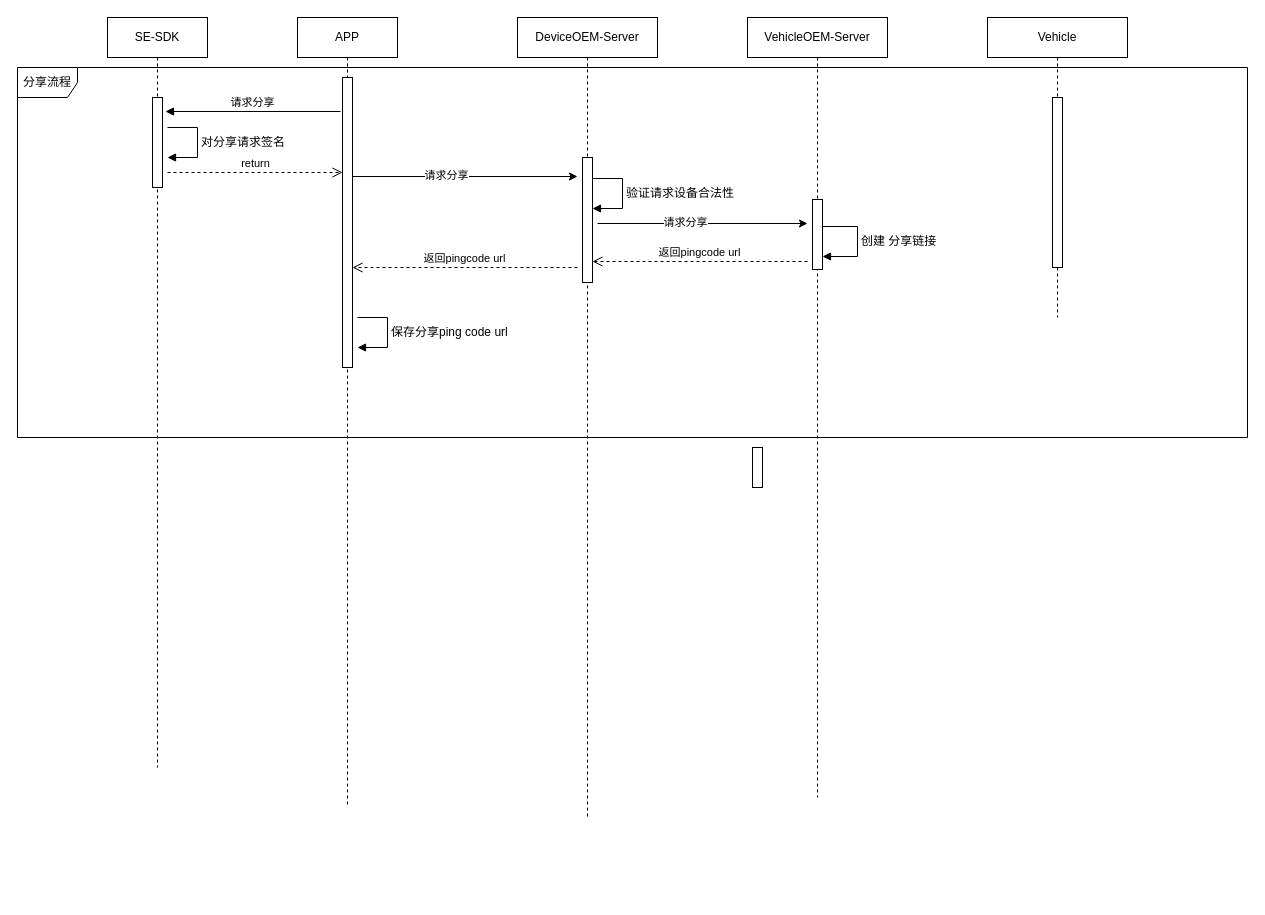
jianguocong/chart keeps this draw.io diagram as 分享钥匙.drawio. Above is the earlier version. Source tidied: cells renumbered, new cells numbered last; positions are measured from the earlier drawing's top-left corner, leaving out a move shared by most shapes. Both pictures are drawn from the tidied source at 100%, with x=0, y=0 at pixel (17, 17).
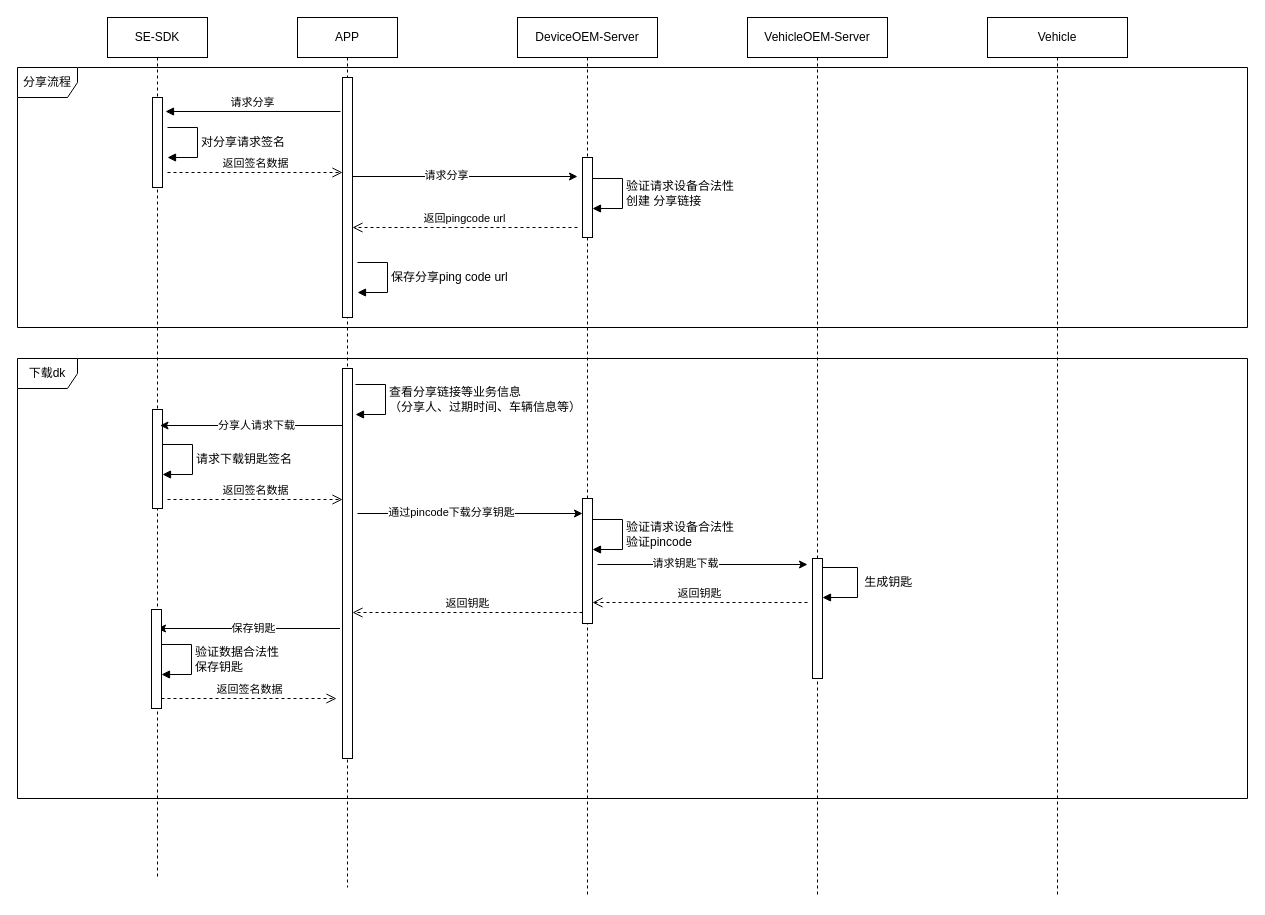
After the change.

Commit message (it also covers changes not shown here):
更新分享钥匙.drawio

Diff of the diagram source:
```diff
@@
     <mxCell id="2" value="SE-SDK" style="shape=umlLifeline;perimeter=lifelinePerimeter;whiteSpace=wrap;html=1;newEdgeStyle={&quot;edgeStyle&quot;:&quot;elbowEdgeStyle&quot;,&quot;elbow&quot;:&quot;vertical&quot;,&quot;curved&quot;:0,&quot;rounded&quot;:0};" parent="1" vertex="1">
-      <mxGeometry x="90" width="100" height="750" as="geometry" />
+      <mxGeometry x="90" width="100" height="860" as="geometry" />
     </mxCell>
@@
+    <mxCell id="26" style="html=1;perimeter=orthogonalPerimeter;targetShapes=umlLifeline;newEdgeStyle={&quot;edgeStyle&quot;:&quot;elbowEdgeStyle&quot;,&quot;elbow&quot;:&quot;vertical&quot;,&quot;curved&quot;:0,&quot;rounded&quot;:0};" parent="2" vertex="1">
+      <mxGeometry x="45" y="392" width="10" height="99" as="geometry" />
+    </mxCell>
     <mxCell id="4" value="APP" style="shape=umlLifeline;perimeter=lifelinePerimeter;whiteSpace=wrap;html=1;newEdgeStyle={&quot;edgeStyle&quot;:&quot;elbowEdgeStyle&quot;,&quot;elbow&quot;:&quot;vertical&quot;,&quot;curved&quot;:0,&quot;rounded&quot;:0};" parent="1" vertex="1">
-      <mxGeometry x="280" width="100" height="790" as="geometry" />
+      <mxGeometry x="280" width="100" height="870" as="geometry" />
     </mxCell>
     <mxCell id="5" style="html=1;perimeter=orthogonalPerimeter;targetShapes=umlLifeline;newEdgeStyle={&quot;edgeStyle&quot;:&quot;elbowEdgeStyle&quot;,&quot;elbow&quot;:&quot;vertical&quot;,&quot;curved&quot;:0,&quot;rounded&quot;:0};" parent="4" vertex="1">
-      <mxGeometry x="45" y="60" width="10" height="290" as="geometry" />
+      <mxGeometry x="45" y="60" width="10" height="240" as="geometry" />
     </mxCell>
+    <mxCell id="27" style="html=1;points=[];perimeter=orthogonalPerimeter;outlineConnect=0;targetShapes=umlLifeline;portConstraint=eastwest;newEdgeStyle={&quot;edgeStyle&quot;:&quot;elbowEdgeStyle&quot;,&quot;elbow&quot;:&quot;vertical&quot;,&quot;curved&quot;:0,&quot;rounded&quot;:0};" parent="4" vertex="1">
+      <mxGeometry x="45" y="351" width="10" height="390" as="geometry" />
+    </mxCell>
@@
     <mxCell id="7" value="返回pingcode url" style="html=1;verticalAlign=bottom;endArrow=open;dashed=1;endSize=8;edgeStyle=elbowEdgeStyle;elbow=vertical;curved=0;rounded=0;" parent="1" edge="1">
       <mxGeometry relative="1" as="geometry">
-        <mxPoint x="560" y="250" as="sourcePoint" />
-        <mxPoint x="335" y="250" as="targetPoint" />
+        <mxPoint x="560" y="210" as="sourcePoint" />
+        <mxPoint x="335" y="210" as="targetPoint" />
       </mxGeometry>
     </mxCell>
-    <mxCell id="8" value="return" style="html=1;verticalAlign=bottom;endArrow=open;dashed=1;endSize=8;edgeStyle=elbowEdgeStyle;elbow=horizontal;curved=0;rounded=0;" parent="1" edge="1">
+    <mxCell id="8" value="返回签名数据" style="html=1;verticalAlign=bottom;endArrow=open;dashed=1;endSize=8;edgeStyle=elbowEdgeStyle;elbow=vertical;curved=0;rounded=0;" parent="1" edge="1">
       <mxGeometry relative="1" as="geometry">
         <mxPoint x="150" y="155" as="sourcePoint" />
         <mxPoint x="325" y="155" as="targetPoint" />
         <Array as="points">
           <mxPoint x="240" y="155" />
         </Array>
       </mxGeometry>
     </mxCell>
     <mxCell id="9" value="DeviceOEM-Server" style="shape=umlLifeline;perimeter=lifelinePerimeter;whiteSpace=wrap;html=1;newEdgeStyle={&quot;edgeStyle&quot;:&quot;elbowEdgeStyle&quot;,&quot;elbow&quot;:&quot;vertical&quot;,&quot;curved&quot;:0,&quot;rounded&quot;:0};" parent="1" vertex="1">
-      <mxGeometry x="500" width="140" height="800" as="geometry" />
+      <mxGeometry x="500" width="140" height="880" as="geometry" />
     </mxCell>
     <mxCell id="10" style="html=1;points=[];perimeter=orthogonalPerimeter;outlineConnect=0;targetShapes=umlLifeline;portConstraint=eastwest;newEdgeStyle={&quot;edgeStyle&quot;:&quot;elbowEdgeStyle&quot;,&quot;elbow&quot;:&quot;vertical&quot;,&quot;curved&quot;:0,&quot;rounded&quot;:0};" parent="9" vertex="1">
-      <mxGeometry x="65" y="140" width="10" height="125" as="geometry" />
+      <mxGeometry x="65" y="140" width="10" height="80" as="geometry" />
     </mxCell>
+    <mxCell id="28" style="html=1;points=[];perimeter=orthogonalPerimeter;outlineConnect=0;targetShapes=umlLifeline;portConstraint=eastwest;newEdgeStyle={&quot;edgeStyle&quot;:&quot;elbowEdgeStyle&quot;,&quot;elbow&quot;:&quot;vertical&quot;,&quot;curved&quot;:0,&quot;rounded&quot;:0};" parent="9" vertex="1">
+      <mxGeometry x="65" y="481" width="10" height="125" as="geometry" />
+    </mxCell>
+    <mxCell id="29" style="endArrow=classic;html=1;rounded=0;" parent="9" edge="1">
+      <mxGeometry relative="1" as="geometry">
+        <mxPoint x="80" y="547" as="sourcePoint" />
+        <mxPoint x="290" y="547" as="targetPoint" />
+      </mxGeometry>
+    </mxCell>
+    <mxCell id="30" value="请求钥匙下载" style="edgeLabel;html=1;align=center;verticalAlign=middle;" parent="29" vertex="1">
+      <mxGeometry x="-0.17" y="2" relative="1" as="geometry" />
+    </mxCell>
+    <mxCell id="31" value="返回钥匙" style="html=1;verticalAlign=bottom;endArrow=open;dashed=1;endSize=8;edgeStyle=elbowEdgeStyle;elbow=vertical;curved=0;rounded=0;" parent="9" edge="1" target="28">
+      <mxGeometry relative="1" as="geometry">
+        <mxPoint x="290" y="585" as="sourcePoint" />
+      </mxGeometry>
+    </mxCell>
+    <mxCell id="32" value="验证请求设备合法性&lt;div&gt;验证pincode&lt;/div&gt;" style="html=1;align=left;spacingLeft=2;endArrow=block;rounded=0;edgeStyle=orthogonalEdgeStyle;curved=0;rounded=0;fontFamily=Helvetica;fontSize=12;fontColor=default;" parent="9" edge="1">
+      <mxGeometry relative="1" as="geometry">
+        <mxPoint x="75" y="502" as="sourcePoint" />
+        <mxPoint x="75" y="532" as="targetPoint" />
+        <Array as="points">
+          <mxPoint x="105" y="502" />
+          <mxPoint x="105" y="532" />
+        </Array>
+      </mxGeometry>
+    </mxCell>
     <mxCell id="11" value="VehicleOEM-Server" style="shape=umlLifeline;perimeter=lifelinePerimeter;whiteSpace=wrap;html=1;newEdgeStyle={&quot;edgeStyle&quot;:&quot;elbowEdgeStyle&quot;,&quot;elbow&quot;:&quot;vertical&quot;,&quot;curved&quot;:0,&quot;rounded&quot;:0};" parent="1" vertex="1">
-      <mxGeometry x="730" width="140" height="780" as="geometry" />
+      <mxGeometry x="730" width="140" height="880" as="geometry" />
     </mxCell>
-    <mxCell id="12" style="html=1;perimeter=orthogonalPerimeter;targetShapes=umlLifeline;newEdgeStyle={&quot;edgeStyle&quot;:&quot;elbowEdgeStyle&quot;,&quot;elbow&quot;:&quot;vertical&quot;,&quot;curved&quot;:0,&quot;rounded&quot;:0};" parent="11" vertex="1">
-      <mxGeometry x="65" y="182" width="10" height="70" as="geometry" />
-    </mxCell>
-    <mxCell id="13" value="创建 分享链接" style="html=1;align=left;spacingLeft=2;endArrow=block;rounded=0;edgeStyle=orthogonalEdgeStyle;curved=0;rounded=0;fontFamily=Helvetica;fontSize=12;fontColor=default;" parent="11" edge="1">
-      <mxGeometry relative="1" as="geometry">
-        <mxPoint x="75" y="209" as="sourcePoint" />
-        <mxPoint x="75" y="239" as="targetPoint" />
-        <Array as="points">
-          <mxPoint x="110" y="209" />
-          <mxPoint x="110" y="239" />
-        </Array>
-      </mxGeometry>
-    </mxCell>
+    <mxCell id="33" style="html=1;perimeter=orthogonalPerimeter;targetShapes=umlLifeline;newEdgeStyle={&quot;edgeStyle&quot;:&quot;elbowEdgeStyle&quot;,&quot;elbow&quot;:&quot;vertical&quot;,&quot;curved&quot;:0,&quot;rounded&quot;:0};" parent="11" vertex="1">
+      <mxGeometry x="65" y="541" width="10" height="120" as="geometry" />
+    </mxCell>
+    <mxCell id="34" value="&amp;nbsp;生成钥匙" style="html=1;align=left;spacingLeft=2;endArrow=block;rounded=0;edgeStyle=orthogonalEdgeStyle;curved=0;rounded=0;fontFamily=Helvetica;fontSize=12;fontColor=default;" parent="11" edge="1">
+      <mxGeometry relative="1" as="geometry">
+        <mxPoint x="75" y="550" as="sourcePoint" />
+        <mxPoint x="75" y="580" as="targetPoint" />
+        <Array as="points">
+          <mxPoint x="110" y="550" />
+          <mxPoint x="110" y="580" />
+        </Array>
+      </mxGeometry>
+    </mxCell>
     <mxCell id="14" value="Vehicle" style="shape=umlLifeline;perimeter=lifelinePerimeter;whiteSpace=wrap;html=1;newEdgeStyle={&quot;edgeStyle&quot;:&quot;elbowEdgeStyle&quot;,&quot;elbow&quot;:&quot;vertical&quot;,&quot;curved&quot;:0,&quot;rounded&quot;:0};" parent="1" vertex="1">
-      <mxGeometry x="970" width="140" height="300" as="geometry" />
+      <mxGeometry x="970" width="140" height="880" as="geometry" />
     </mxCell>
-    <mxCell id="15" style="html=1;perimeter=orthogonalPerimeter;targetShapes=umlLifeline;newEdgeStyle={&quot;edgeStyle&quot;:&quot;elbowEdgeStyle&quot;,&quot;elbow&quot;:&quot;vertical&quot;,&quot;curved&quot;:0,&quot;rounded&quot;:0};" parent="14" vertex="1">
-      <mxGeometry x="65" y="80" width="10" height="170" as="geometry" />
-    </mxCell>
@@
-    <mxCell id="18" style="endArrow=classic;html=1;rounded=0;" parent="1" edge="1">
-      <mxGeometry relative="1" as="geometry">
-        <mxPoint x="580" y="206" as="sourcePoint" />
-        <mxPoint x="790" y="206" as="targetPoint" />
-      </mxGeometry>
-    </mxCell>
-    <mxCell id="19" value="请求分享" style="edgeLabel;html=1;align=center;verticalAlign=middle;" parent="18" vertex="1">
-      <mxGeometry x="-0.17" y="2" relative="1" as="geometry" />
-    </mxCell>
-    <mxCell id="20" value="返回pingcode url" style="html=1;verticalAlign=bottom;endArrow=open;dashed=1;endSize=8;edgeStyle=elbowEdgeStyle;elbow=vertical;curved=0;rounded=0;" parent="1" edge="1" target="10">
-      <mxGeometry relative="1" as="geometry">
-        <mxPoint x="790" y="244" as="sourcePoint" />
-      </mxGeometry>
-    </mxCell>
-    <mxCell id="21" style="html=1;perimeter=orthogonalPerimeter;targetShapes=umlLifeline;newEdgeStyle={&quot;curved&quot;:0,&quot;rounded&quot;:0};sketch=0;strokeColor=default;align=center;verticalAlign=middle;fontFamily=Helvetica;fontSize=12;fontColor=default;fillColor=default;" parent="1" vertex="1">
-      <mxGeometry x="735" y="430" width="10" height="40" as="geometry" />
-    </mxCell>
-    <mxCell id="22" value="验证请求设备合法性" style="html=1;align=left;spacingLeft=2;endArrow=block;rounded=0;edgeStyle=orthogonalEdgeStyle;curved=0;rounded=0;fontFamily=Helvetica;fontSize=12;fontColor=default;" parent="1" edge="1">
+    <mxCell id="22" value="验证请求设备合法性&lt;div&gt;创建 分享链接&lt;br&gt;&lt;/div&gt;" style="html=1;align=left;spacingLeft=2;endArrow=block;rounded=0;edgeStyle=orthogonalEdgeStyle;curved=0;rounded=0;fontFamily=Helvetica;fontSize=12;fontColor=default;" parent="1" edge="1">
       <mxGeometry relative="1" as="geometry">
         <mxPoint x="575" y="161" as="sourcePoint" />
         <mxPoint x="575" y="191" as="targetPoint" />
         <Array as="points">
           <mxPoint x="605" y="161" />
           <mxPoint x="605" y="191" />
         </Array>
       </mxGeometry>
     </mxCell>
     <mxCell id="23" value="保存分享ping code url" style="html=1;align=left;spacingLeft=2;endArrow=block;rounded=0;edgeStyle=orthogonalEdgeStyle;curved=0;rounded=0;fontFamily=Helvetica;fontSize=12;fontColor=default;" parent="1" edge="1">
       <mxGeometry relative="1" as="geometry">
-        <mxPoint x="340" y="300" as="sourcePoint" />
-        <mxPoint x="340" y="330" as="targetPoint" />
+        <mxPoint x="340" y="245" as="sourcePoint" />
+        <mxPoint x="340" y="275" as="targetPoint" />
         <Array as="points">
-          <mxPoint x="370" y="300" />
-          <mxPoint x="370" y="330" />
+          <mxPoint x="370" y="245" />
+          <mxPoint x="370" y="275" />
         </Array>
       </mxGeometry>
     </mxCell>
     <mxCell id="24" value="分享流程" style="shape=umlFrame;whiteSpace=wrap;html=1;sketch=0;strokeColor=default;align=center;verticalAlign=middle;fontFamily=Helvetica;fontSize=12;fontColor=default;fillColor=default;" parent="1" vertex="1">
-      <mxGeometry y="50" width="1230" height="370" as="geometry" />
+      <mxGeometry y="50" width="1230" height="260" as="geometry" />
     </mxCell>
@@
+    <mxCell id="35" value="查看分享链接等业务信息&lt;div&gt;（分享人、过期时间、车辆信息等）&lt;/div&gt;" style="html=1;align=left;spacingLeft=2;endArrow=block;rounded=0;edgeStyle=orthogonalEdgeStyle;curved=0;rounded=0;fontFamily=Helvetica;fontSize=12;fontColor=default;" parent="1" edge="1">
+      <mxGeometry relative="1" as="geometry">
+        <mxPoint x="338" y="367" as="sourcePoint" />
+        <mxPoint x="338" y="397" as="targetPoint" />
+        <Array as="points">
+          <mxPoint x="368" y="367" />
+          <mxPoint x="368" y="397" />
+        </Array>
+      </mxGeometry>
+    </mxCell>
+    <mxCell id="36" style="endArrow=classic;html=1;rounded=0;" parent="1" edge="1">
+      <mxGeometry relative="1" as="geometry">
+        <mxPoint x="325" y="408" as="sourcePoint" />
+        <mxPoint x="142.5" y="408" as="targetPoint" />
+      </mxGeometry>
+    </mxCell>
+    <mxCell id="37" value="分享人请求下载" style="edgeLabel;html=1;align=center;verticalAlign=middle;" parent="36" vertex="1">
+      <mxGeometry x="-0.17" y="2" relative="1" as="geometry">
+        <mxPoint x="-11" y="-3" as="offset" />
+      </mxGeometry>
+    </mxCell>
+    <mxCell id="38" value="请求下载钥匙签名" style="html=1;align=left;spacingLeft=2;endArrow=block;rounded=0;edgeStyle=orthogonalEdgeStyle;curved=0;rounded=0;fontFamily=Helvetica;fontSize=12;fontColor=default;" parent="1" edge="1">
+      <mxGeometry relative="1" as="geometry">
+        <mxPoint x="145" y="427" as="sourcePoint" />
+        <mxPoint x="145" y="457" as="targetPoint" />
+        <Array as="points">
+          <mxPoint x="175" y="427" />
+          <mxPoint x="175" y="457" />
+        </Array>
+      </mxGeometry>
+    </mxCell>
+    <mxCell id="39" value="返回签名数据" style="html=1;verticalAlign=bottom;endArrow=open;dashed=1;endSize=8;edgeStyle=elbowEdgeStyle;elbow=vertical;curved=0;rounded=0;" parent="1" edge="1">
+      <mxGeometry relative="1" as="geometry">
+        <mxPoint x="150" y="482" as="sourcePoint" />
+        <mxPoint x="325" y="482" as="targetPoint" />
+        <Array as="points">
+          <mxPoint x="240" y="482" />
+        </Array>
+      </mxGeometry>
+    </mxCell>
+    <mxCell id="40" style="endArrow=classic;html=1;rounded=0;" parent="1" edge="1">
+      <mxGeometry relative="1" as="geometry">
+        <mxPoint x="340" y="496" as="sourcePoint" />
+        <mxPoint x="565" y="496" as="targetPoint" />
+      </mxGeometry>
+    </mxCell>
+    <mxCell id="41" value="通过pincode下载分享钥匙" style="edgeLabel;html=1;align=center;verticalAlign=middle;" parent="40" vertex="1">
+      <mxGeometry x="-0.17" y="2" relative="1" as="geometry" />
+    </mxCell>
+    <mxCell id="42" value="下载dk" style="shape=umlFrame;whiteSpace=wrap;html=1;sketch=0;strokeColor=default;align=center;verticalAlign=middle;fontFamily=Helvetica;fontSize=12;fontColor=default;fillColor=default;" parent="1" vertex="1">
+      <mxGeometry y="341" width="1230" height="440" as="geometry" />
+    </mxCell>
+    <mxCell id="43" value="返回钥匙" style="html=1;verticalAlign=bottom;endArrow=open;dashed=1;endSize=8;edgeStyle=elbowEdgeStyle;elbow=vertical;curved=0;rounded=0;" parent="1" edge="1" target="27">
+      <mxGeometry relative="1" as="geometry">
+        <mxPoint x="565" y="595" as="sourcePoint" />
+      </mxGeometry>
+    </mxCell>
+    <mxCell id="44" style="endArrow=classic;html=1;rounded=0;" parent="1" edge="1">
+      <mxGeometry relative="1" as="geometry">
+        <mxPoint x="322.5" y="611" as="sourcePoint" />
+        <mxPoint x="140" y="611" as="targetPoint" />
+      </mxGeometry>
+    </mxCell>
+    <mxCell id="45" value="保存钥匙" style="edgeLabel;html=1;align=center;verticalAlign=middle;" parent="44" vertex="1">
+      <mxGeometry x="-0.17" y="2" relative="1" as="geometry">
+        <mxPoint x="-11" y="-3" as="offset" />
+      </mxGeometry>
+    </mxCell>
+    <mxCell id="46" style="html=1;perimeter=orthogonalPerimeter;targetShapes=umlLifeline;newEdgeStyle={&quot;edgeStyle&quot;:&quot;elbowEdgeStyle&quot;,&quot;elbow&quot;:&quot;vertical&quot;,&quot;curved&quot;:0,&quot;rounded&quot;:0};" parent="1" vertex="1">
+      <mxGeometry x="134" y="592" width="10" height="99" as="geometry" />
+    </mxCell>
+    <mxCell id="47" value="验证数据合法性&lt;div&gt;保存钥匙&lt;/div&gt;" style="html=1;align=left;spacingLeft=2;endArrow=block;rounded=0;edgeStyle=orthogonalEdgeStyle;curved=0;rounded=0;fontFamily=Helvetica;fontSize=12;fontColor=default;" parent="1" edge="1">
+      <mxGeometry relative="1" as="geometry">
+        <mxPoint x="144" y="627" as="sourcePoint" />
+        <mxPoint x="144" y="657" as="targetPoint" />
+        <Array as="points">
+          <mxPoint x="174" y="627" />
+          <mxPoint x="174" y="657" />
+        </Array>
+      </mxGeometry>
+    </mxCell>
+    <mxCell id="48" value="返回签名数据" style="html=1;verticalAlign=bottom;endArrow=open;dashed=1;endSize=8;edgeStyle=elbowEdgeStyle;elbow=vertical;curved=0;rounded=0;" parent="1" edge="1">
+      <mxGeometry relative="1" as="geometry">
+        <mxPoint x="144" y="681" as="sourcePoint" />
+        <mxPoint x="319" y="681" as="targetPoint" />
+        <Array as="points">
+          <mxPoint x="234" y="681" />
+        </Array>
+      </mxGeometry>
+    </mxCell>
```
